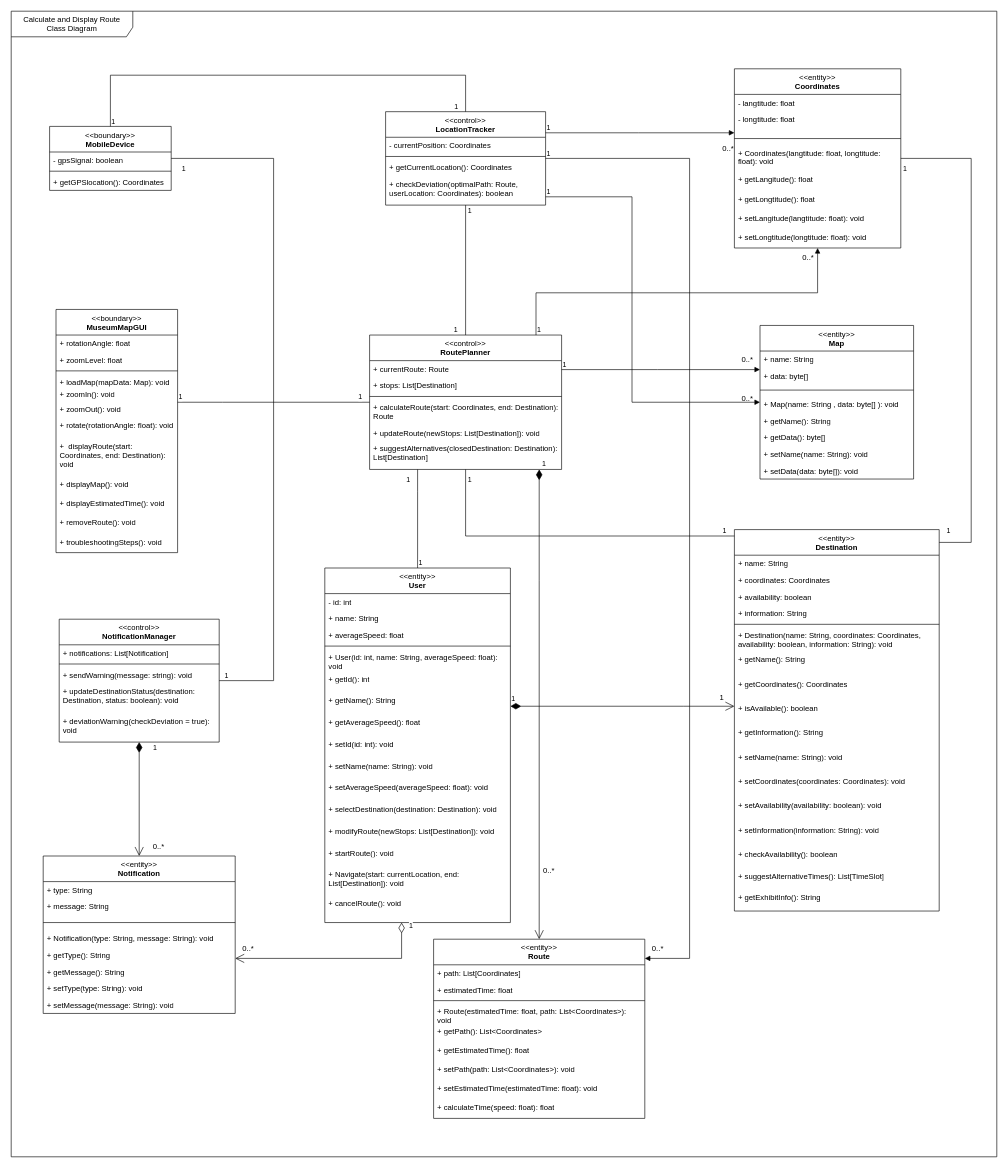
Before: Class Diagrams/Calculate and Display Route.drawio in gsklaven/MusePath, a draw.io diagram. Source tidied: cells renumbered, new cells numbered last; positions are measured from the earlier drawing's top-left corner, leaving out a move shared by most shapes. Both pictures are drawn from the tidied source at 64%, with x=0, y=0 at pixel (11, 11).
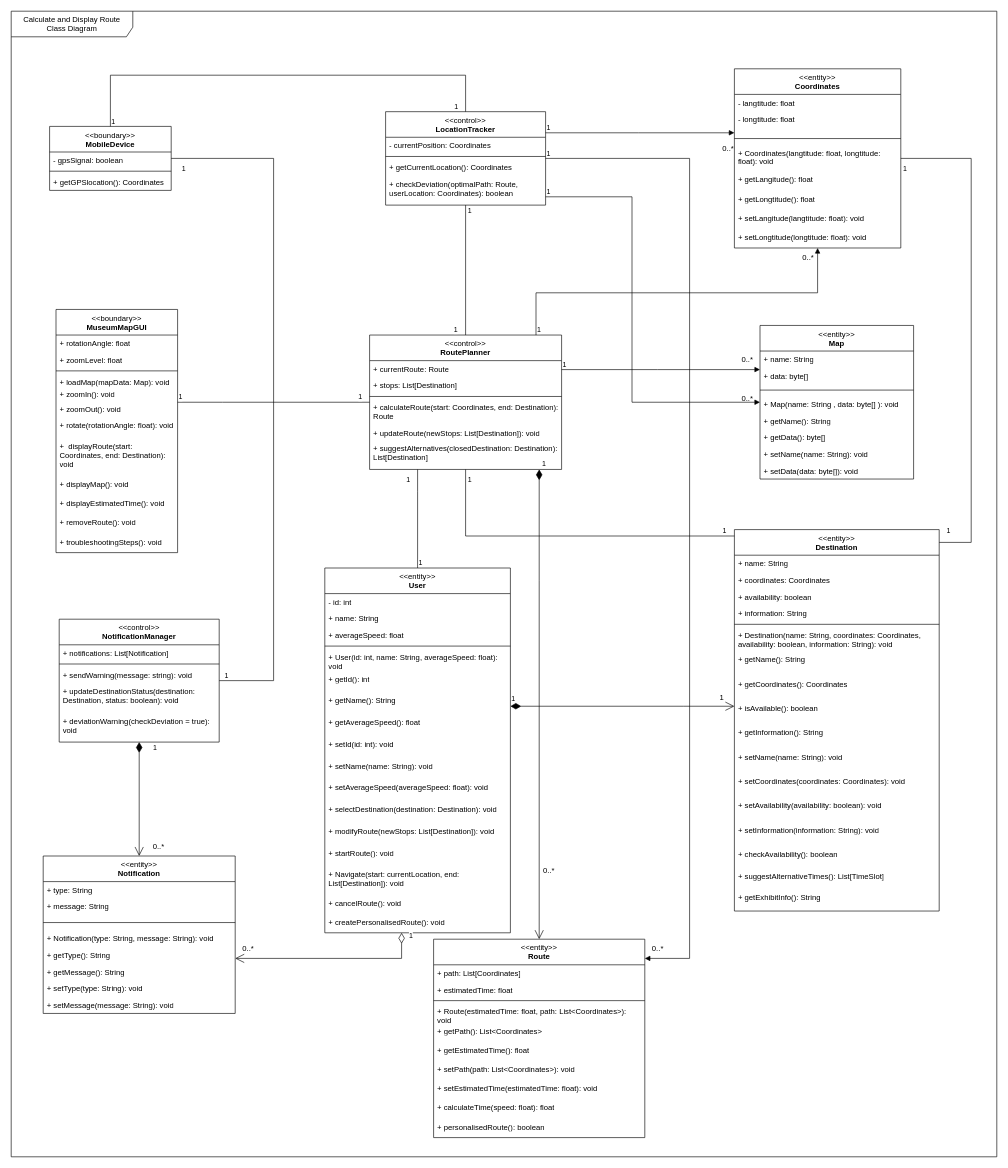
The same diagram, later.

What changed in the source:
```diff
@@
     <mxCell id="20" value="&lt;div&gt;&lt;span style=&quot;font-weight: normal;&quot;&gt;&amp;lt;&amp;lt;entity&amp;gt;&amp;gt;&lt;/span&gt;&lt;/div&gt;User" style="swimlane;fontStyle=1;align=center;verticalAlign=top;horizontal=1;startSize=40;whiteSpace=wrap;html=1;" parent="1" vertex="1">
-      <mxGeometry x="490" y="870" width="290" height="554" as="geometry" />
+      <mxGeometry x="490" y="870" width="290" height="570" as="geometry" />
     </mxCell>
@@
+    <mxCell id="154" value="+ cancelRoute(): void" style="text;strokeColor=none;fillColor=none;align=left;verticalAlign=top;spacingLeft=4;spacingRight=4;overflow=hidden;whiteSpace=wrap;html=1;" parent="20" vertex="1">
+      <mxGeometry y="510" width="290" height="30" as="geometry" />
+    </mxCell>
-    <mxCell id="36" value="+ cancelRoute(): void" style="text;strokeColor=none;fillColor=none;align=left;verticalAlign=top;spacingLeft=4;spacingRight=4;overflow=hidden;whiteSpace=wrap;html=1;" parent="20" vertex="1">
-      <mxGeometry y="510" width="290" height="44" as="geometry" />
+    <mxCell id="36" value="+ createPersonalisedRoute(): void" style="text;strokeColor=none;fillColor=none;align=left;verticalAlign=top;spacingLeft=4;spacingRight=4;overflow=hidden;whiteSpace=wrap;html=1;" parent="20" vertex="1">
+      <mxGeometry y="540" width="290" height="30" as="geometry" />
     </mxCell>
@@
     <mxCell id="55" value="&lt;div&gt;&lt;span style=&quot;font-weight: normal;&quot;&gt;&amp;lt;&amp;lt;entity&amp;gt;&amp;gt;&lt;/span&gt;&lt;/div&gt;Route" style="swimlane;fontStyle=1;align=center;verticalAlign=top;horizontal=1;startSize=40;whiteSpace=wrap;html=1;" parent="1" vertex="1">
-      <mxGeometry x="660" y="1450" width="330" height="280" as="geometry" />
+      <mxGeometry x="660" y="1450" width="330" height="310" as="geometry" />
     </mxCell>
@@
+    <mxCell id="155" value="+ personalisedRoute(): boolean" style="text;strokeColor=none;fillColor=none;align=left;verticalAlign=top;spacingLeft=4;spacingRight=4;overflow=hidden;whiteSpace=wrap;html=1;" parent="55" vertex="1">
+      <mxGeometry y="280" width="330" height="30" as="geometry" />
+    </mxCell>
```
